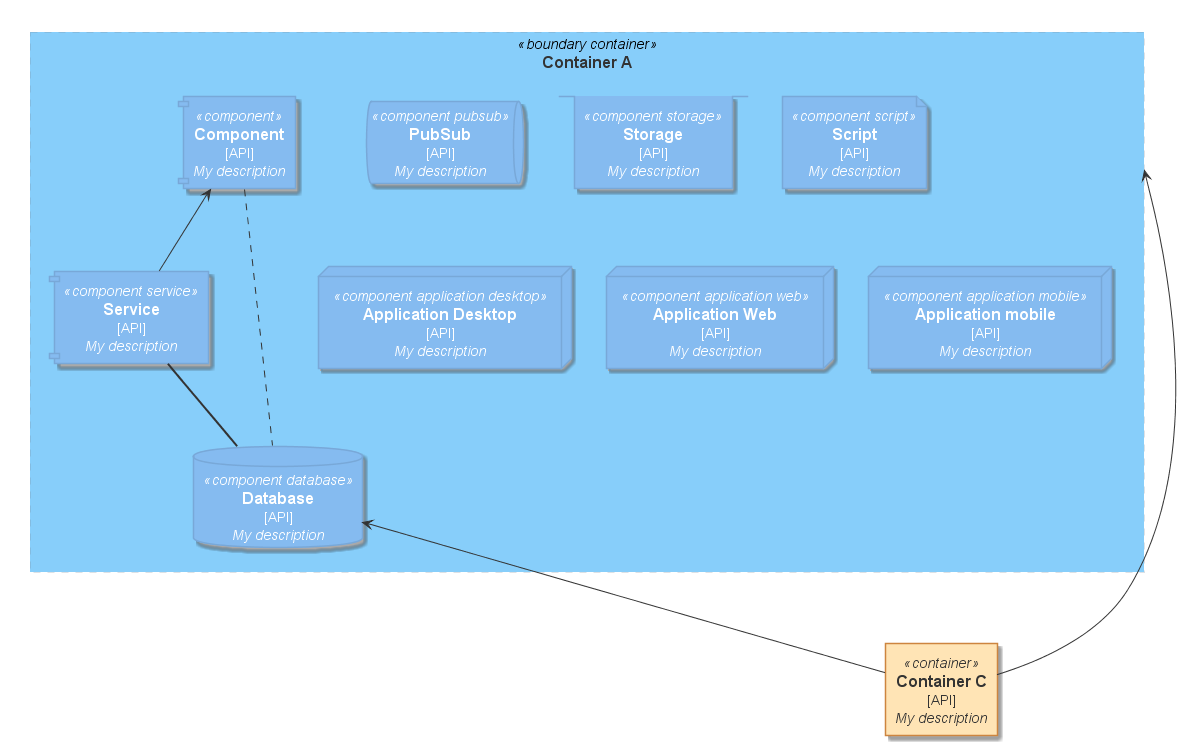
N0N4M3pl/plantuml-C4 keeps this PlantUML diagram as example/componentView/main.png. Above is the earlier version. The source it was exported from:
```plantuml
@startuml main





skinparam defaultTextAlignment center
skinparam wrapWidth 200
skinparam maxMessageSize 150











skinparam rectangle<<boundary>> {
    Shadowing false
    StereotypeFontSize 0
    FontColor #333
    BackgroundColor LightSkyBlue
    BorderColor LightSlateGrey
    BorderStyle dashed
    BorderThickness 0
}

skinparam actor<<person>> {
    StereotypeFontColor #333
    FontColor #333
    BackgroundColor Gold
    BorderColor GoldenRod
}

skinparam Arrow {
    Color #333
    FontColor #333
    FontSize 12
}




skinparam rectangle<<boundary container>> {
    Shadowing false
    StereotypeFontSize 0
    FontColor #333
    BackgroundColor LightSkyBlue
    BorderColor LightSlateGrey
    BorderStyle dashed
    BorderThickness 0
}

skinparam component<<component>> {
    StereotypeFontColor ELEMENT_FONT_COLOR
    FontColor ELEMENT_FONT_COLOR
    BackgroundColor #85BBF0
    BorderColor #78A8D8
}

skinparam component<<component service>> {
    StereotypeFontColor ELEMENT_FONT_COLOR
    FontColor ELEMENT_FONT_COLOR
    BackgroundColor #85BBF0
    BorderColor #78A8D8
}

skinparam database<<component database>> {
    StereotypeFontColor ELEMENT_FONT_COLOR
    FontColor ELEMENT_FONT_COLOR
    BackgroundColor #85BBF0
    BorderColor #78A8D8
}

skinparam queue<<component pubsub>> {
    StereotypeFontColor ELEMENT_FONT_COLOR
    FontColor ELEMENT_FONT_COLOR
    BackgroundColor #85BBF0
    BorderColor #78A8D8
}

skinparam stack<<component storage>> {
    StereotypeFontColor ELEMENT_FONT_COLOR
    FontColor ELEMENT_FONT_COLOR
    BackgroundColor #85BBF0
    BorderColor #78A8D8
}

skinparam file<<component script>> {
    StereotypeFontColor ELEMENT_FONT_COLOR
    FontColor ELEMENT_FONT_COLOR
    BackgroundColor #85BBF0
    BorderColor #78A8D8
}

skinparam node<<component application desktop>> {
    StereotypeFontColor ELEMENT_FONT_COLOR
    FontColor ELEMENT_FONT_COLOR
    BackgroundColor #85BBF0
    BorderColor #78A8D8
}

skinparam node<<component application web>> {
    StereotypeFontColor ELEMENT_FONT_COLOR
    FontColor ELEMENT_FONT_COLOR
    BackgroundColor #85BBF0
    BorderColor #78A8D8
}

skinparam node<<component application mobile>> {
    StereotypeFontColor ELEMENT_FONT_COLOR
    FontColor ELEMENT_FONT_COLOR
    BackgroundColor #85BBF0
    BorderColor #78A8D8
}





skinparam rectangle<<boundary system>> {
    Shadowing false
    StereotypeFontSize 0
    FontColor #333
    BackgroundColor LightSkyBlue
    BorderColor LightSlateGrey
    BorderStyle dashed
    BorderThickness 0
}

skinparam rectangle<<container>> {
    StereotypeFontColor #333
    FontColor #333
    BackgroundColor Moccasin
    BorderColor Peru
}



top to bottom direction

rectangle "==Container A" <<boundary container>> as Boundary_containerA {
    component "==Component\n [API]\n //My description//" <<component>> as componentA
    component "==Service\n [API]\n //My description//" <<component service>> as componentB
    database "==Database\n [API]\n //My description//" <<component database>> as componentC
    queue "==PubSub\n [API]\n //My description//" <<component pubsub>> as componentD
    stack "==Storage\n [API]\n //My description//" <<component storage>> as componentE
    file "==Script\n [API]\n //My description//" <<component script>> as componentF
    node "==Application Desktop\n [API]\n //My description//" <<component application desktop>> as componentG
    node "==Application Web\n [API]\n //My description//" <<component application web>> as componentH
    node "==Application mobile\n [API]\n //My description//" <<component application mobile>> as componentI
}
rectangle "==Container C\n [API]\n //My description//" <<container>> as containerC2

Boundary_containerA <-- containerC2 : ""
componentC <-- containerC2 : ""
componentA <-- componentB : ""
componentA .. componentC : ""
componentB == componentC : ""

@enduml
```
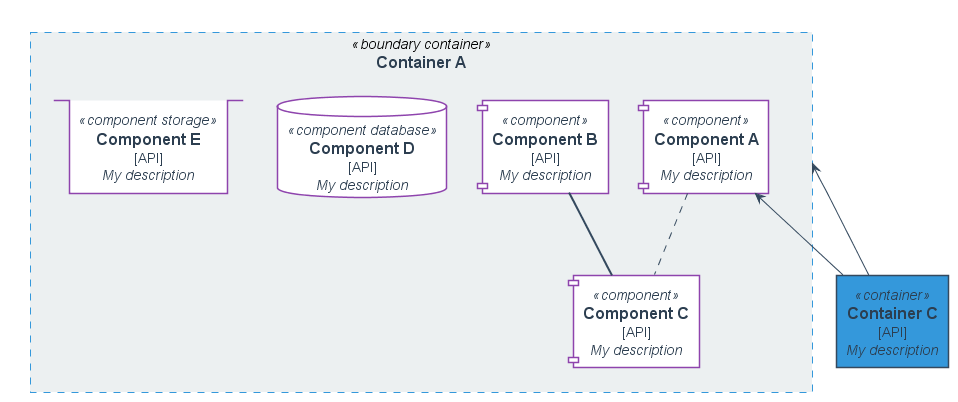
The same diagram one commit later.

Commit message:
Container <--> Component

Change to the diagram source:
```diff
@@ -1,4 +1,13 @@
 @startuml main
+
+
+
+
+
+
+
+
+
 
 
 
@@ -19,25 +28,26 @@
 
 
 skinparam rectangle<<boundary>> {
-    Shadowing false
-    StereotypeFontSize 0
-    FontColor #333
-    BackgroundColor LightSkyBlue
-    BorderColor LightSlateGrey
+    StereotypeFontColor #2c3e50
+    FontColor #2c3e50
+    BackgroundColor white
+    BorderColor #bdc3c7
     BorderStyle dashed
     BorderThickness 0
+    Shadowing false
 }
 
 skinparam actor<<person>> {
-    StereotypeFontColor #333
-    FontColor #333
-    BackgroundColor Gold
-    BorderColor GoldenRod
+    StereotypeFontColor #2c3e50
+    FontColor #2c3e50
+    BackgroundColor #34495e
+    BorderColor #34495e
+    Shadowing false
 }
 
 skinparam Arrow {
-    Color #333
-    FontColor #333
+    FontColor #2c3e50
+    Color #34495e
     FontSize 12
 }
 
@@ -45,76 +55,37 @@
 
 
 skinparam rectangle<<boundary container>> {
+    StereotypeFontColor #2c3e50
+    FontColor #2c3e50
+    BackgroundColor #ecf0f1
+    BorderColor #3498db
+    BorderStyle dashed
+    BorderThickness 1
     Shadowing false
-    StereotypeFontSize 0
-    FontColor #333
-    BackgroundColor LightSkyBlue
-    BorderColor LightSlateGrey
-    BorderStyle dashed
-    BorderThickness 0
 }
 
 skinparam component<<component>> {
-    StereotypeFontColor ELEMENT_FONT_COLOR
-    FontColor ELEMENT_FONT_COLOR
-    BackgroundColor #85BBF0
-    BorderColor #78A8D8
-}
-
-skinparam component<<component service>> {
-    StereotypeFontColor ELEMENT_FONT_COLOR
-    FontColor ELEMENT_FONT_COLOR
-    BackgroundColor #85BBF0
-    BorderColor #78A8D8
+    StereotypeFontColor #2c3e50
+    FontColor #2c3e50
+    BackgroundColor white
+    BorderColor #8e44ad
+    Shadowing false
 }
 
 skinparam database<<component database>> {
-    StereotypeFontColor ELEMENT_FONT_COLOR
-    FontColor ELEMENT_FONT_COLOR
-    BackgroundColor #85BBF0
-    BorderColor #78A8D8
-}
-
-skinparam queue<<component pubsub>> {
-    StereotypeFontColor ELEMENT_FONT_COLOR
-    FontColor ELEMENT_FONT_COLOR
-    BackgroundColor #85BBF0
-    BorderColor #78A8D8
+    StereotypeFontColor #2c3e50
+    FontColor #2c3e50
+    BackgroundColor white
+    BorderColor #8e44ad
+    Shadowing false
 }
 
 skinparam stack<<component storage>> {
-    StereotypeFontColor ELEMENT_FONT_COLOR
-    FontColor ELEMENT_FONT_COLOR
-    BackgroundColor #85BBF0
-    BorderColor #78A8D8
-}
-
-skinparam file<<component script>> {
-    StereotypeFontColor ELEMENT_FONT_COLOR
-    FontColor ELEMENT_FONT_COLOR
-    BackgroundColor #85BBF0
-    BorderColor #78A8D8
-}
-
-skinparam node<<component application desktop>> {
-    StereotypeFontColor ELEMENT_FONT_COLOR
-    FontColor ELEMENT_FONT_COLOR
-    BackgroundColor #85BBF0
-    BorderColor #78A8D8
-}
-
-skinparam node<<component application web>> {
-    StereotypeFontColor ELEMENT_FONT_COLOR
-    FontColor ELEMENT_FONT_COLOR
-    BackgroundColor #85BBF0
-    BorderColor #78A8D8
-}
-
-skinparam node<<component application mobile>> {
-    StereotypeFontColor ELEMENT_FONT_COLOR
-    FontColor ELEMENT_FONT_COLOR
-    BackgroundColor #85BBF0
-    BorderColor #78A8D8
+    StereotypeFontColor #2c3e50
+    FontColor #2c3e50
+    BackgroundColor white
+    BorderColor #8e44ad
+    Shadowing false
 }
 
 
@@ -122,42 +93,119 @@
 
 
 skinparam rectangle<<boundary system>> {
+    StereotypeFontColor #2c3e50
+    FontColor #2c3e50
+    BackgroundColor #ecf0f1
+    BorderColor #34495e
+    BorderStyle dashed
+    BorderThickness 1
     Shadowing false
-    StereotypeFontSize 0
-    FontColor #333
-    BackgroundColor LightSkyBlue
-    BorderColor LightSlateGrey
-    BorderStyle dashed
-    BorderThickness 0
 }
 
 skinparam rectangle<<container>> {
-    StereotypeFontColor #333
-    FontColor #333
-    BackgroundColor Moccasin
-    BorderColor Peru
+    StereotypeFontColor #2c3e50
+    FontColor #2c3e50
+    BackgroundColor #3498db
+    BorderColor #34495e
+    Shadowing false
 }
+
+skinparam rectangle<<container script>> {
+    StereotypeFontColor #2c3e50
+    FontColor #2c3e50
+    BackgroundColor #f1c40f
+    BorderColor #34495e
+    Shadowing false
+}
+
+skinparam rectangle<<container microservice>> {
+    StereotypeFontColor #2c3e50
+    FontColor #2c3e50
+    BackgroundColor #e67e22
+    BorderColor #34495e
+    Shadowing false
+}
+
+skinparam rectangle<<container service>> {
+    StereotypeFontColor #2c3e50
+    FontColor #2c3e50
+    BackgroundColor #e74c3c
+    BorderColor #34495e
+    Shadowing false
+}
+
+skinparam database<<container database>> {
+    StereotypeFontColor #ecf0f1
+    FontColor #ecf0f1
+    BackgroundColor #2980b9
+    BorderColor #34495e
+    Shadowing false
+}
+
+skinparam queue<<container pubsub>> {
+    StereotypeFontColor #ecf0f1
+    FontColor #ecf0f1
+    BackgroundColor #2980b9
+    BorderColor #34495e
+    Shadowing false
+}
+
+skinparam stack<<container storage>> {
+    StereotypeFontColor #ecf0f1
+    FontColor #ecf0f1
+    BackgroundColor #2980b9
+    BorderColor #34495e
+    Shadowing false
+}
+
+skinparam node<<application web serverside>> {
+    StereotypeFontColor #2c3e50
+    FontColor #2c3e50
+    BackgroundColor #1abc9c
+    BorderColor #34495e
+    Shadowing false
+}
+
+skinparam node<<application web clientside>> {
+    StereotypeFontColor #2c3e50
+    FontColor #2c3e50
+    BackgroundColor #2ecc71
+    BorderColor #34495e
+    Shadowing false
+}
+
+skinparam node<<application desktop>> {
+    StereotypeFontColor #2c3e50
+    FontColor #2c3e50
+    BackgroundColor #2ecc71
+    BorderColor #34495e
+    Shadowing false
+}
+
+skinparam node<<application mobile>> {
+    StereotypeFontColor #2c3e50
+    FontColor #2c3e50
+    BackgroundColor #2ecc71
+    BorderColor #34495e
+    Shadowing false
+}
+
 
 
 
 top to bottom direction
 
 rectangle "==Container A" <<boundary container>> as Boundary_containerA {
-    component "==Component\n [API]\n //My description//" <<component>> as componentA
-    component "==Service\n [API]\n //My description//" <<component service>> as componentB
-    database "==Database\n [API]\n //My description//" <<component database>> as componentC
-    queue "==PubSub\n [API]\n //My description//" <<component pubsub>> as componentD
-    stack "==Storage\n [API]\n //My description//" <<component storage>> as componentE
-    file "==Script\n [API]\n //My description//" <<component script>> as componentF
-    node "==Application Desktop\n [API]\n //My description//" <<component application desktop>> as componentG
-    node "==Application Web\n [API]\n //My description//" <<component application web>> as componentH
-    node "==Application mobile\n [API]\n //My description//" <<component application mobile>> as componentI
+    component "==Component A\n [API]\n //My description//" <<component>> as componentA
+    component "==Component B\n [API]\n //My description//" <<component>> as componentB
+    component "==Component C\n [API]\n //My description//" <<component>> as componentC
+    database "==Component D\n [API]\n //My description//" <<component database>> as componentD
+    stack "==Component E\n [API]\n //My description//" <<component storage>> as componentE
 }
 rectangle "==Container C\n [API]\n //My description//" <<container>> as containerC2
 
 Boundary_containerA <-- containerC2 : ""
-componentC <-- containerC2 : ""
-componentA <-- componentB : ""
+componentA <-- containerC2 : ""
 componentA .. componentC : ""
 componentB == componentC : ""
 
```
